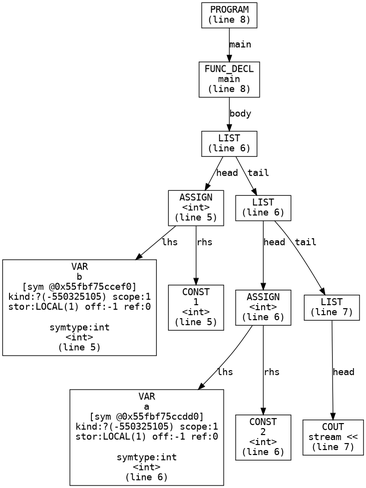
Earlier version of the Graphviz export syntaxExtreme/ast.png (kalamakis/Cpp-compiler). Its source is kept beside it as syntaxExtreme/ast.dot.
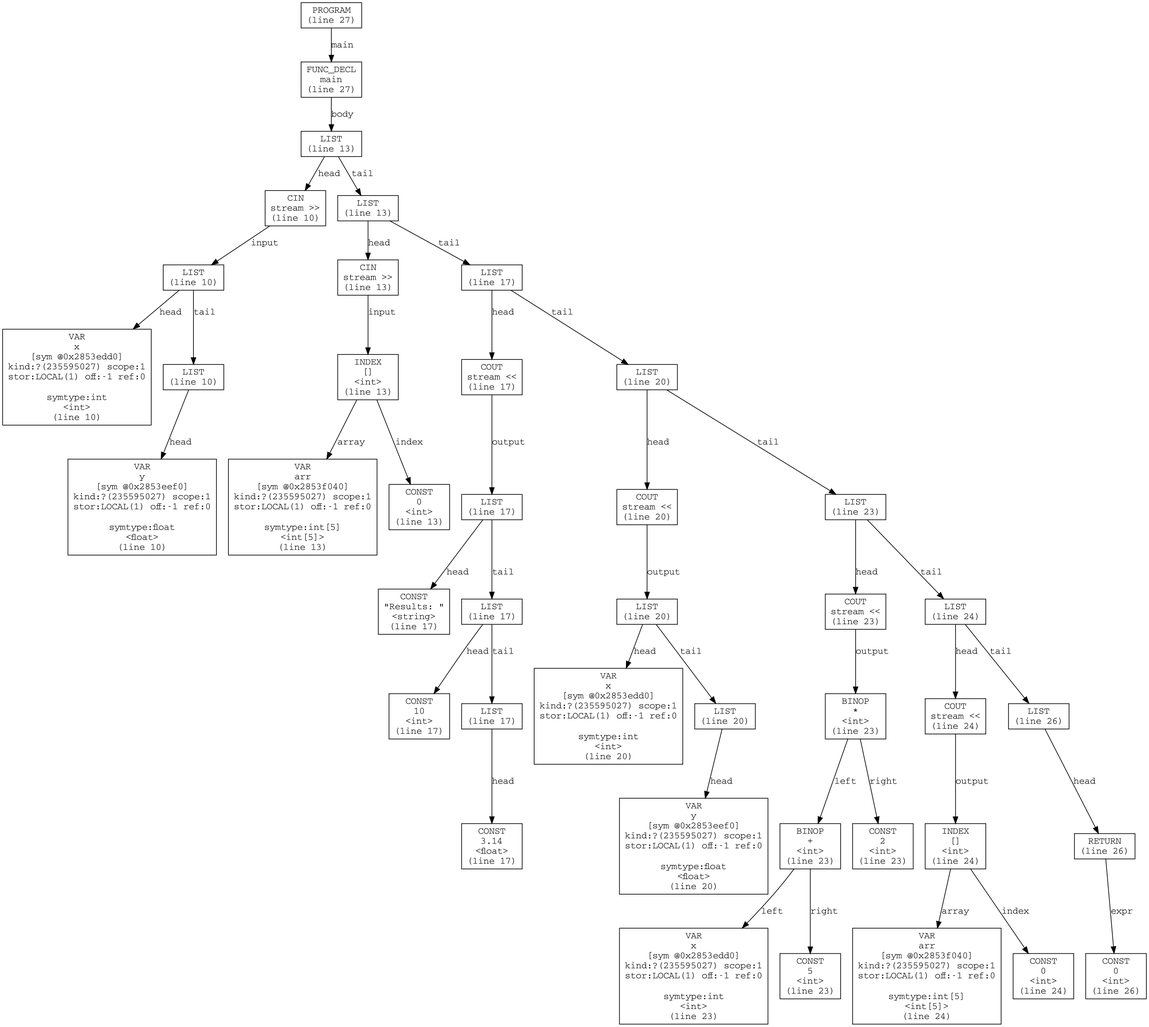
After the change.

Commit message:
Fixed cin cout ast prints

Diff of the diagram source:
```diff
@@ -1,27 +1,87 @@
 digraph AST {
   node [shape=box, fontname="Courier"];
   edge [fontname="Courier"];
-  n0 [label="PROGRAM\n(line 8)"];
-  n1 [label="FUNC_DECL\nmain\n(line 8)"];
-  n2 [label="LIST\n(line 6)"];
-  n3 [label="ASSIGN\n<int>\n(line 5)"];
-  n4 [label="VAR\nb\n[sym @0x55fbf75ccef0]\nkind:?(-550325105) scope:1\nstor:LOCAL(1) off:-1 ref:0\n\nsymtype:int\n<int>\n(line 5)"];
-  n3 -> n4 [label="lhs"];
-  n5 [label="CONST\n1\n<int>\n(line 5)"];
-  n3 -> n5 [label="rhs"];
+  n0 [label="PROGRAM\n(line 27)"];
+  n1 [label="FUNC_DECL\nmain\n(line 27)"];
+  n2 [label="LIST\n(line 13)"];
+  n3 [label="CIN\nstream >>\n(line 10)"];
+  n4 [label="LIST\n(line 10)"];
+  n5 [label="VAR\nx\n[sym @0x2853edd0]\nkind:?(235595027) scope:1\nstor:LOCAL(1) off:-1 ref:0\n\nsymtype:int\n<int>\n(line 10)"];
+  n4 -> n5 [label="head"];
+  n6 [label="LIST\n(line 10)"];
+  n7 [label="VAR\ny\n[sym @0x2853eef0]\nkind:?(235595027) scope:1\nstor:LOCAL(1) off:-1 ref:0\n\nsymtype:float\n<float>\n(line 10)"];
+  n6 -> n7 [label="head"];
+  n4 -> n6 [label="tail"];
+  n3 -> n4 [label="input"];
   n2 -> n3 [label="head"];
-  n6 [label="LIST\n(line 6)"];
-  n7 [label="ASSIGN\n<int>\n(line 6)"];
-  n8 [label="VAR\na\n[sym @0x55fbf75ccdd0]\nkind:?(-550325105) scope:1\nstor:LOCAL(1) off:-1 ref:0\n\nsymtype:int\n<int>\n(line 6)"];
-  n7 -> n8 [label="lhs"];
-  n9 [label="CONST\n2\n<int>\n(line 6)"];
-  n7 -> n9 [label="rhs"];
-  n6 -> n7 [label="head"];
-  n10 [label="LIST\n(line 7)"];
-  n11 [label="COUT\nstream <<\n(line 7)"];
-  n10 -> n11 [label="head"];
-  n6 -> n10 [label="tail"];
-  n2 -> n6 [label="tail"];
+  n8 [label="LIST\n(line 13)"];
+  n9 [label="CIN\nstream >>\n(line 13)"];
+  n10 [label="INDEX\n[]\n<int>\n(line 13)"];
+  n11 [label="VAR\narr\n[sym @0x2853f040]\nkind:?(235595027) scope:1\nstor:LOCAL(1) off:-1 ref:0\n\nsymtype:int[5]\n<int[5]>\n(line 13)"];
+  n10 -> n11 [label="array"];
+  n12 [label="CONST\n0\n<int>\n(line 13)"];
+  n10 -> n12 [label="index"];
+  n9 -> n10 [label="input"];
+  n8 -> n9 [label="head"];
+  n13 [label="LIST\n(line 17)"];
+  n14 [label="COUT\nstream <<\n(line 17)"];
+  n15 [label="LIST\n(line 17)"];
+  n16 [label="CONST\n\"Results: \"\n<string>\n(line 17)"];
+  n15 -> n16 [label="head"];
+  n17 [label="LIST\n(line 17)"];
+  n18 [label="CONST\n10\n<int>\n(line 17)"];
+  n17 -> n18 [label="head"];
+  n19 [label="LIST\n(line 17)"];
+  n20 [label="CONST\n3.14\n<float>\n(line 17)"];
+  n19 -> n20 [label="head"];
+  n17 -> n19 [label="tail"];
+  n15 -> n17 [label="tail"];
+  n14 -> n15 [label="output"];
+  n13 -> n14 [label="head"];
+  n21 [label="LIST\n(line 20)"];
+  n22 [label="COUT\nstream <<\n(line 20)"];
+  n23 [label="LIST\n(line 20)"];
+  n24 [label="VAR\nx\n[sym @0x2853edd0]\nkind:?(235595027) scope:1\nstor:LOCAL(1) off:-1 ref:0\n\nsymtype:int\n<int>\n(line 20)"];
+  n23 -> n24 [label="head"];
+  n25 [label="LIST\n(line 20)"];
+  n26 [label="VAR\ny\n[sym @0x2853eef0]\nkind:?(235595027) scope:1\nstor:LOCAL(1) off:-1 ref:0\n\nsymtype:float\n<float>\n(line 20)"];
+  n25 -> n26 [label="head"];
+  n23 -> n25 [label="tail"];
+  n22 -> n23 [label="output"];
+  n21 -> n22 [label="head"];
+  n27 [label="LIST\n(line 23)"];
+  n28 [label="COUT\nstream <<\n(line 23)"];
+  n29 [label="BINOP\n*\n<int>\n(line 23)"];
+  n30 [label="BINOP\n+\n<int>\n(line 23)"];
+  n31 [label="VAR\nx\n[sym @0x2853edd0]\nkind:?(235595027) scope:1\nstor:LOCAL(1) off:-1 ref:0\n\nsymtype:int\n<int>\n(line 23)"];
+  n30 -> n31 [label="left"];
+  n32 [label="CONST\n5\n<int>\n(line 23)"];
+  n30 -> n32 [label="right"];
+  n29 -> n30 [label="left"];
+  n33 [label="CONST\n2\n<int>\n(line 23)"];
+  n29 -> n33 [label="right"];
+  n28 -> n29 [label="output"];
+  n27 -> n28 [label="head"];
+  n34 [label="LIST\n(line 24)"];
+  n35 [label="COUT\nstream <<\n(line 24)"];
+  n36 [label="INDEX\n[]\n<int>\n(line 24)"];
+  n37 [label="VAR\narr\n[sym @0x2853f040]\nkind:?(235595027) scope:1\nstor:LOCAL(1) off:-1 ref:0\n\nsymtype:int[5]\n<int[5]>\n(line 24)"];
+  n36 -> n37 [label="array"];
+  n38 [label="CONST\n0\n<int>\n(line 24)"];
+  n36 -> n38 [label="index"];
+  n35 -> n36 [label="output"];
+  n34 -> n35 [label="head"];
+  n39 [label="LIST\n(line 26)"];
+  n40 [label="RETURN\n(line 26)"];
+  n41 [label="CONST\n0\n<int>\n(line 26)"];
+  n40 -> n41 [label="expr"];
+  n39 -> n40 [label="head"];
+  n34 -> n39 [label="tail"];
+  n27 -> n34 [label="tail"];
+  n21 -> n27 [label="tail"];
+  n13 -> n21 [label="tail"];
+  n8 -> n13 [label="tail"];
+  n2 -> n8 [label="tail"];
   n1 -> n2 [label="body"];
   n0 -> n1 [label="main"];
 }
```
